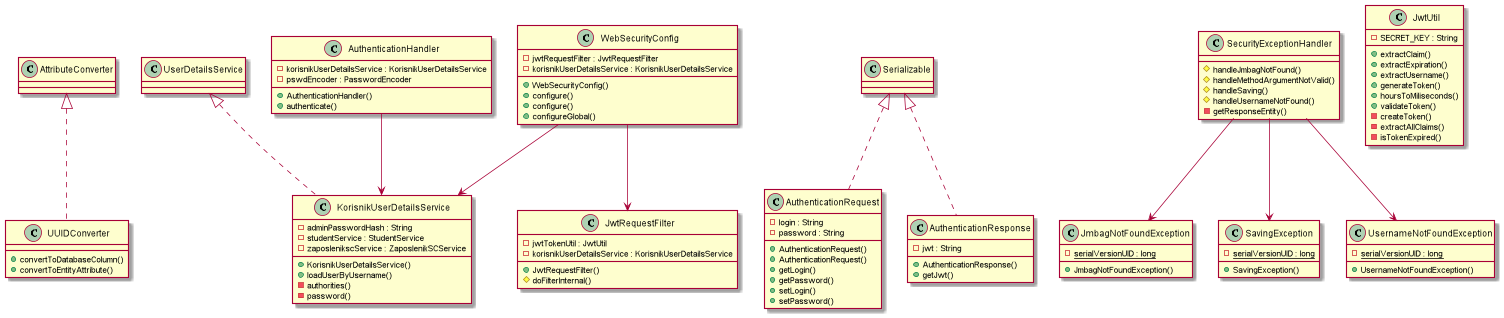
Earlier version of the PlantUML export dokumentacija/dijagrami/security.png (miveta/student-housing-app). The source it was exported from:
```plantuml
@startuml




        class AuthenticationHandler {
            - korisnikUserDetailsService : KorisnikUserDetailsService
            - pswdEncoder : PasswordEncoder
            + AuthenticationHandler()
            + authenticate()
        }



        class AuthenticationRequest {
            - login : String
            - password : String
            + AuthenticationRequest()
            + AuthenticationRequest()
            + getLogin()
            + getPassword()
            + setLogin()
            + setPassword()
        }




        class AuthenticationResponse {
            - jwt : String
            + AuthenticationResponse()
            + getJwt()
        }




        class KorisnikUserDetailsService {
            - adminPasswordHash : String
            - studentService : StudentService
            - zaposlenikscService : ZaposlenikSCService
            + KorisnikUserDetailsService()
            + loadUserByUsername()
            - authorities()
            - password()
        }




        class SecurityExceptionHandler {
            # handleJmbagNotFound()
            # handleMethodArgumentNotValid()
            # handleSaving()
            # handleUsernameNotFound()
            - getResponseEntity()
        }




        class UUIDConverter {
            + convertToDatabaseColumn()
            + convertToEntityAttribute()
        }



        class WebSecurityConfig {
            - jwtRequestFilter : JwtRequestFilter
            - korisnikUserDetailsService : KorisnikUserDetailsService
            + WebSecurityConfig()
            + configure()
            + configure()
            + configureGlobal()
        }
          class JmbagNotFoundException {
              {static} - serialVersionUID : long
              + JmbagNotFoundException()
          }



          class SavingException {
              {static} - serialVersionUID : long
              + SavingException()
          }




          class UsernameNotFoundException {
              {static} - serialVersionUID : long
              + UsernameNotFoundException()
          }
          class JwtRequestFilter {
              - jwtTokenUtil : JwtUtil
              - korisnikUserDetailsService : KorisnikUserDetailsService
              + JwtRequestFilter()
              # doFilterInternal()
          }



          class JwtUtil {
              - SECRET_KEY : String
              + extractClaim()
              + extractExpiration()
              + extractUsername()
              + generateToken()
              + hoursToMiliseconds()
              + validateToken()
              - createToken()
              - extractAllClaims()
              - isTokenExpired()
          }
  AuthenticationRequest .up.|> Serializable
  AuthenticationResponse .up.|> Serializable
  KorisnikUserDetailsService .up.|> UserDetailsService
  UUIDConverter .up.|> AttributeConverter
  SecurityExceptionHandler --> JmbagNotFoundException
  SecurityExceptionHandler --> SavingException
  SecurityExceptionHandler --> UsernameNotFoundException
  WebSecurityConfig --> JwtRequestFilter
  AuthenticationHandler --> KorisnikUserDetailsService
  WebSecurityConfig --> KorisnikUserDetailsService


@enduml
```
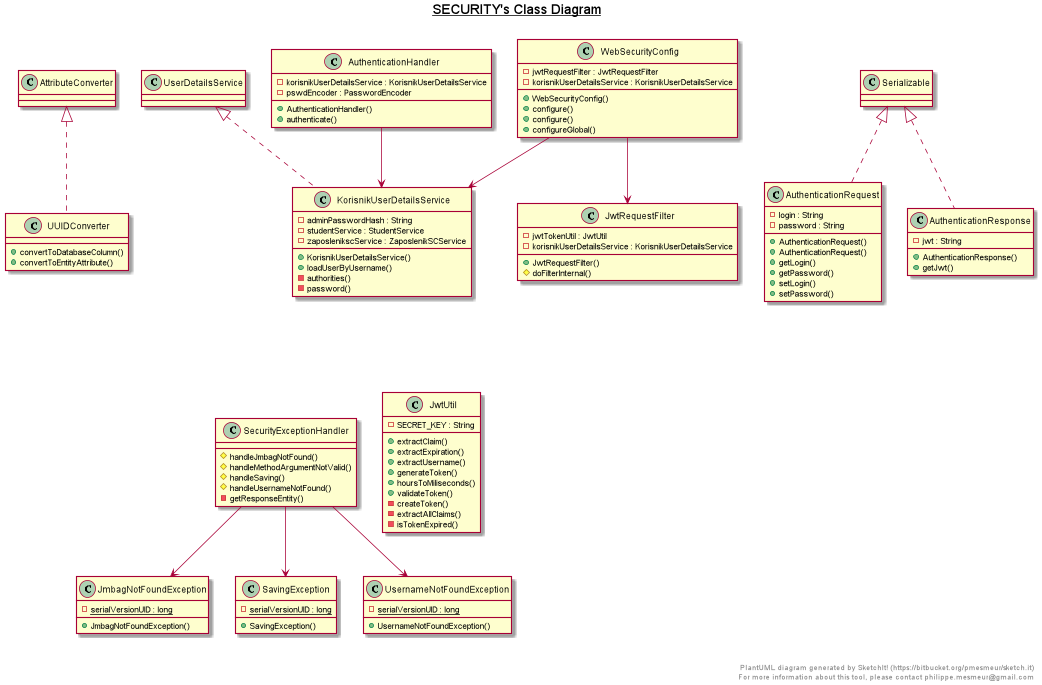
After the change.

The edit, as a diff of the source:
```diff
@@ -1,6 +1,6 @@
 @startuml
 
-
+title __SECURITY's Class Diagram__\n
 
 
         class AuthenticationHandler {
@@ -9,6 +9,7 @@
             + AuthenticationHandler()
             + authenticate()
         }
+
 
 
 
@@ -31,7 +32,6 @@
             + AuthenticationResponse()
             + getJwt()
         }
-
 
 
 
@@ -66,6 +66,7 @@
 
 
 
+
         class WebSecurityConfig {
             - jwtRequestFilter : JwtRequestFilter
             - korisnikUserDetailsService : KorisnikUserDetailsService
@@ -74,56 +75,68 @@
             + configure()
             + configureGlobal()
         }
-          class JmbagNotFoundException {
-              {static} - serialVersionUID : long
-              + JmbagNotFoundException()
-          }
+
+        class JwtRequestFilter {
+                      - jwtTokenUtil : JwtUtil
+                      - korisnikUserDetailsService : KorisnikUserDetailsService
+                      + JwtRequestFilter()
+                      # doFilterInternal()
+                  }
 
 
 
-          class SavingException {
-              {static} - serialVersionUID : long
-              + SavingException()
-          }
+                  class JwtUtil {
+                      - SECRET_KEY : String
+                      + extractClaim()
+                      + extractExpiration()
+                      + extractUsername()
+                      + generateToken()
+                      + hoursToMiliseconds()
+                      + validateToken()
+                      - createToken()
+                      - extractAllClaims()
+                      - isTokenExpired()
+                  }
+        class JmbagNotFoundException {
+                      {static} - serialVersionUID : long
+                      + JmbagNotFoundException()
+                  }
 
 
 
 
-          class UsernameNotFoundException {
-              {static} - serialVersionUID : long
-              + UsernameNotFoundException()
-          }
-          class JwtRequestFilter {
-              - jwtTokenUtil : JwtUtil
-              - korisnikUserDetailsService : KorisnikUserDetailsService
-              + JwtRequestFilter()
-              # doFilterInternal()
-          }
+                  class SavingException {
+                      {static} - serialVersionUID : long
+                      + SavingException()
+                  }
 
 
 
-          class JwtUtil {
-              - SECRET_KEY : String
-              + extractClaim()
-              + extractExpiration()
-              + extractUsername()
-              + generateToken()
-              + hoursToMiliseconds()
-              + validateToken()
-              - createToken()
-              - extractAllClaims()
-              - isTokenExpired()
-          }
+
+                  class UsernameNotFoundException {
+                      {static} - serialVersionUID : long
+                      + UsernameNotFoundException()
+                  }
+
+
   AuthenticationRequest .up.|> Serializable
   AuthenticationResponse .up.|> Serializable
   KorisnikUserDetailsService .up.|> UserDetailsService
   UUIDConverter .up.|> AttributeConverter
+  AuthenticationHandler --> KorisnikUserDetailsService
+  WebSecurityConfig --> KorisnikUserDetailsService
+  WebSecurityConfig --> JwtRequestFilter
   SecurityExceptionHandler --> JmbagNotFoundException
   SecurityExceptionHandler --> SavingException
   SecurityExceptionHandler --> UsernameNotFoundException
-  WebSecurityConfig --> JwtRequestFilter
-  AuthenticationHandler --> KorisnikUserDetailsService
-  WebSecurityConfig --> KorisnikUserDetailsService
+  KorisnikUserDetailsService -[hidden]--> SecurityExceptionHandler
+  KorisnikUserDetailsService -[hidden]--> JwtUtil
+
+right footer
 
 
+PlantUML diagram generated by SketchIt! (https://bitbucket.org/pmesmeur/sketch.it)
+For more information about this tool, please contact philippe.mesmeur@gmail.com
+endfooter
+
 @enduml
```
